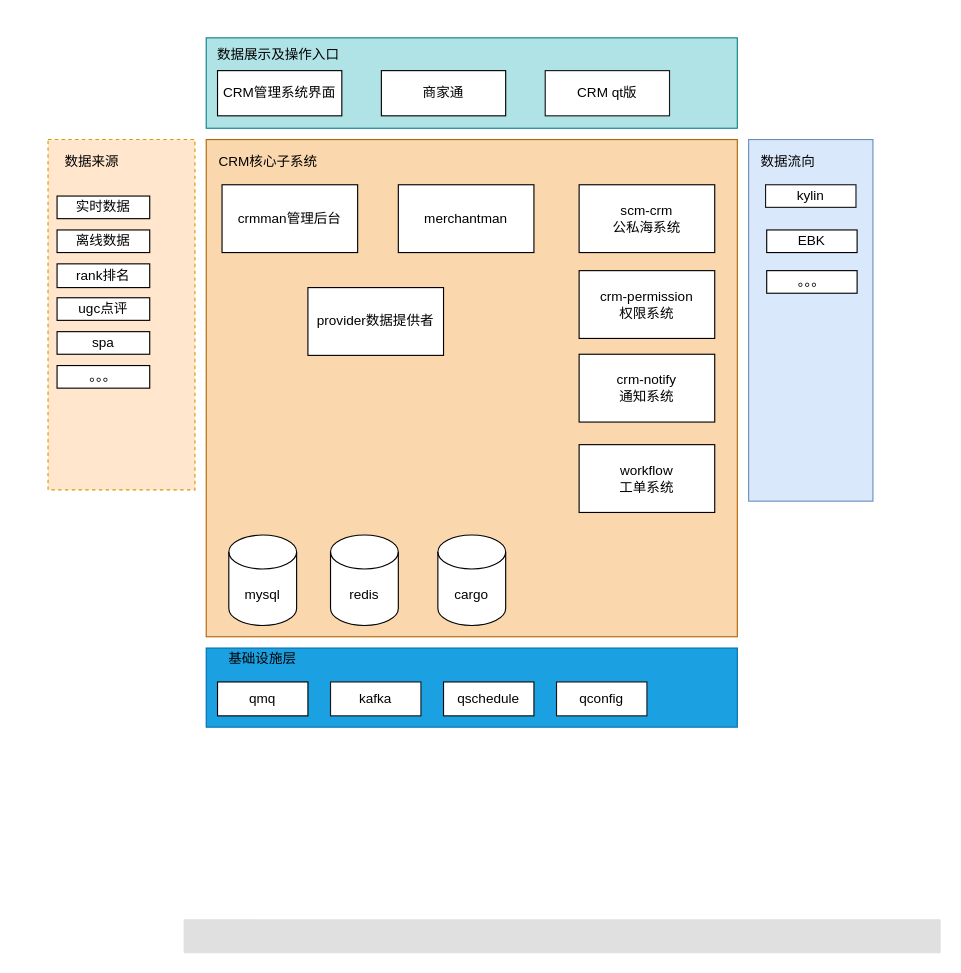
Above: page "CRM系统结构图" (1 of 2) of 1.drawio in xuliping412/pkm (draw.io), before the change. Source tidied: cells renumbered, new cells numbered last; positions are measured from the earlier drawing's top-left corner, leaving out a move shared by most shapes. Both pictures are drawn from the tidied source at 113%, with x=0, y=0 at pixel (47, 37).
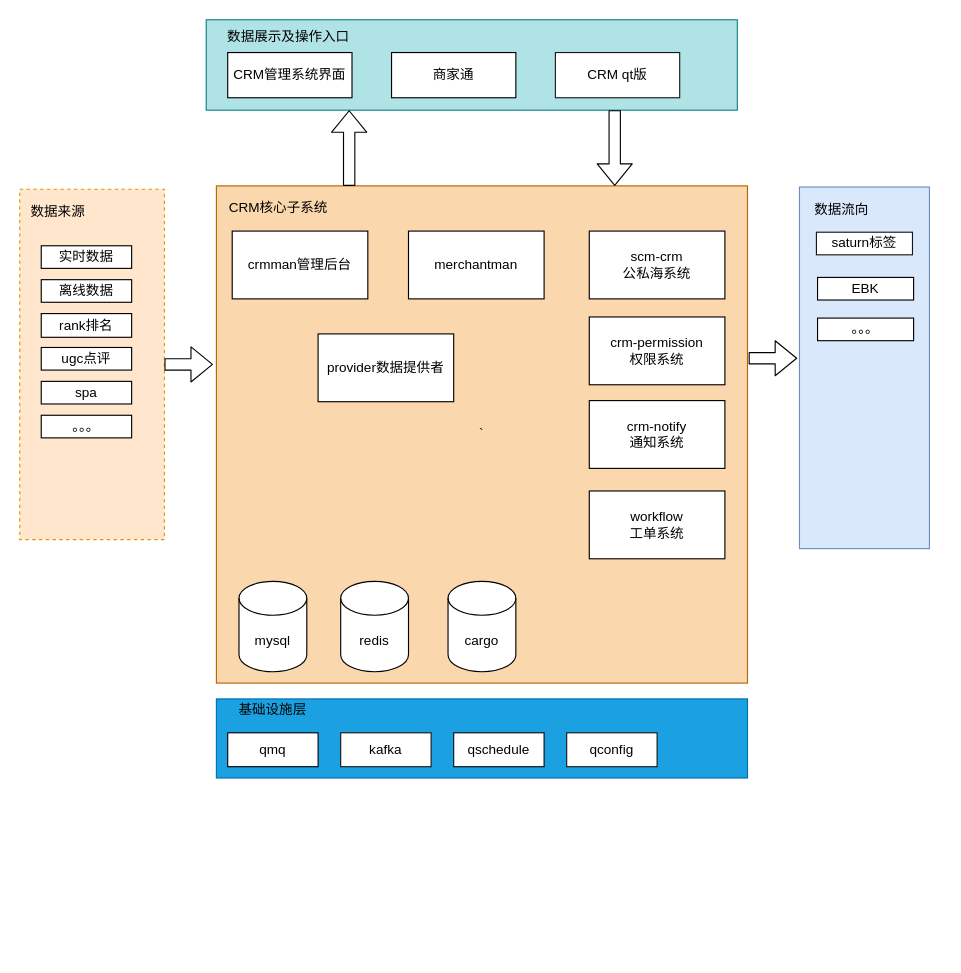
The same diagram, later.

What changed in the source:
```diff
@@
     <mxCell id="2" style="rounded=0;whiteSpace=wrap;html=1;fillColor=#b0e3e6;strokeColor=#0e8088;" parent="1" vertex="1">
-      <mxGeometry x="140" width="470" height="80" as="geometry" />
+      <mxGeometry x="140" y="-16" width="470" height="80" as="geometry" />
     </mxCell>
     <mxCell id="3" style="rounded=0;whiteSpace=wrap;html=1;strokeColor=#6c8ebf;fillColor=#dae8fc;" parent="1" vertex="1">
-      <mxGeometry x="620" y="90" width="110" height="320" as="geometry" />
+      <mxGeometry x="665" y="132" width="115" height="320" as="geometry" />
     </mxCell>
     <mxCell id="4" style="rounded=0;whiteSpace=wrap;html=1;strokeColor=#006EAF;fillColor=#1ba1e2;fontColor=#ffffff;" parent="1" vertex="1">
-      <mxGeometry x="140" y="540" width="470" height="70" as="geometry" />
+      <mxGeometry x="149" y="585" width="470" height="70" as="geometry" />
     </mxCell>
     <mxCell id="5" style="rounded=0;whiteSpace=wrap;html=1;dashed=1;strokeColor=#d79b00;fillColor=#ffe6cc;" parent="1" vertex="1">
-      <mxGeometry y="90" width="130" height="310" as="geometry" />
+      <mxGeometry x="-25" y="134" width="128" height="310" as="geometry" />
     </mxCell>
-    <mxCell id="6" style="rounded=0;whiteSpace=wrap;html=1;fillColor=#fad7ac;strokeColor=#b46504;" parent="1" vertex="1">
-      <mxGeometry x="140" y="90" width="470" height="440" as="geometry" />
+    <mxCell id="6" value="`" style="rounded=0;whiteSpace=wrap;html=1;fillColor=#fad7ac;strokeColor=#b46504;" parent="1" vertex="1">
+      <mxGeometry x="149" y="131" width="470" height="440" as="geometry" />
     </mxCell>
-    <mxCell id="7" style="rounded=1;absoluteArcSize=1;arcSize=2;html=1;strokeColor=none;gradientColor=none;shadow=0;dashed=0;strokeColor=none;fontSize=12;fontColor=#9E9E9E;align=left;verticalAlign=top;spacing=10;spacingTop=-4;fillColor=#E0E0E0;" parent="1" vertex="1">
-      <mxGeometry x="120" y="780" width="670" height="30" as="geometry" />
-    </mxCell>
     <mxCell id="8" value="CRM管理系统界面" style="rounded=0;whiteSpace=wrap;html=1;" parent="1" vertex="1">
-      <mxGeometry x="150" y="29" width="110" height="40" as="geometry" />
+      <mxGeometry x="159" y="13" width="110" height="40" as="geometry" />
     </mxCell>
     <mxCell id="9" value="crmman管理后台" style="rounded=0;whiteSpace=wrap;html=1;" parent="1" vertex="1">
-      <mxGeometry x="154" y="130" width="120" height="60" as="geometry" />
+      <mxGeometry x="163" y="171" width="120" height="60" as="geometry" />
     </mxCell>
     <mxCell id="10" value="商家通" style="rounded=0;whiteSpace=wrap;html=1;" parent="1" vertex="1">
-      <mxGeometry x="295" y="29" width="110" height="40" as="geometry" />
+      <mxGeometry x="304" y="13" width="110" height="40" as="geometry" />
     </mxCell>
     <mxCell id="11" value="redis" style="shape=cylinder3;whiteSpace=wrap;html=1;boundedLbl=1;backgroundOutline=1;size=15;" parent="1" vertex="1">
-      <mxGeometry x="250" y="440" width="60" height="80" as="geometry" />
+      <mxGeometry x="259" y="481" width="60" height="80" as="geometry" />
     </mxCell>
     <mxCell id="12" value="mysql" style="shape=cylinder3;whiteSpace=wrap;html=1;boundedLbl=1;backgroundOutline=1;size=15;" parent="1" vertex="1">
-      <mxGeometry x="160" y="440" width="60" height="80" as="geometry" />
+      <mxGeometry x="169" y="481" width="60" height="80" as="geometry" />
     </mxCell>
     <mxCell id="13" value="provider数据提供者" style="rounded=0;whiteSpace=wrap;html=1;" parent="1" vertex="1">
-      <mxGeometry x="230" y="221" width="120" height="60" as="geometry" />
+      <mxGeometry x="239" y="262" width="120" height="60" as="geometry" />
     </mxCell>
     <mxCell id="14" value="merchantman" style="rounded=0;whiteSpace=wrap;html=1;" parent="1" vertex="1">
-      <mxGeometry x="310" y="130" width="120" height="60" as="geometry" />
+      <mxGeometry x="319" y="171" width="120" height="60" as="geometry" />
     </mxCell>
     <mxCell id="15" value="scm-crm&lt;br&gt;公私海系统" style="rounded=0;whiteSpace=wrap;html=1;" parent="1" vertex="1">
-      <mxGeometry x="470" y="130" width="120" height="60" as="geometry" />
+      <mxGeometry x="479" y="171" width="120" height="60" as="geometry" />
     </mxCell>
     <mxCell id="16" value="crm-permission&lt;br&gt;权限系统" style="rounded=0;whiteSpace=wrap;html=1;" parent="1" vertex="1">
-      <mxGeometry x="470" y="206" width="120" height="60" as="geometry" />
+      <mxGeometry x="479" y="247" width="120" height="60" as="geometry" />
     </mxCell>
     <mxCell id="17" value="workflow&lt;br&gt;工单系统" style="rounded=0;whiteSpace=wrap;html=1;" parent="1" vertex="1">
-      <mxGeometry x="470" y="360" width="120" height="60" as="geometry" />
+      <mxGeometry x="479" y="401" width="120" height="60" as="geometry" />
     </mxCell>
     <mxCell id="18" value="crm-notify&lt;br&gt;通知系统" style="rounded=0;whiteSpace=wrap;html=1;" parent="1" vertex="1">
-      <mxGeometry x="470" y="280" width="120" height="60" as="geometry" />
+      <mxGeometry x="479" y="321" width="120" height="60" as="geometry" />
     </mxCell>
     <mxCell id="19" value="EBK" style="rounded=0;whiteSpace=wrap;html=1;" parent="1" vertex="1">
-      <mxGeometry x="636" y="170" width="80" height="20" as="geometry" />
+      <mxGeometry x="681" y="212" width="85" height="20" as="geometry" />
     </mxCell>
     <mxCell id="20" value="实时数据" style="rounded=0;whiteSpace=wrap;html=1;" parent="1" vertex="1">
-      <mxGeometry x="8" y="140" width="82" height="20" as="geometry" />
+      <mxGeometry x="-6" y="184" width="80" height="20" as="geometry" />
     </mxCell>
     <mxCell id="21" value="离线数据" style="rounded=0;whiteSpace=wrap;html=1;" parent="1" vertex="1">
-      <mxGeometry x="8" y="170" width="82" height="20" as="geometry" />
+      <mxGeometry x="-6" y="214" width="80" height="20" as="geometry" />
     </mxCell>
     <mxCell id="22" value="rank排名" style="rounded=0;whiteSpace=wrap;html=1;" parent="1" vertex="1">
-      <mxGeometry x="8" y="200" width="82" height="21" as="geometry" />
+      <mxGeometry x="-6" y="244" width="80" height="21" as="geometry" />
     </mxCell>
     <mxCell id="23" value="ugc点评" style="rounded=0;whiteSpace=wrap;html=1;" parent="1" vertex="1">
-      <mxGeometry x="8" y="230" width="82" height="20" as="geometry" />
+      <mxGeometry x="-6" y="274" width="80" height="20" as="geometry" />
     </mxCell>
     <mxCell id="24" value="qmq" style="rounded=0;whiteSpace=wrap;html=1;" parent="1" vertex="1">
-      <mxGeometry x="150" y="570" width="80" height="30" as="geometry" />
+      <mxGeometry x="159" y="615" width="80" height="30" as="geometry" />
     </mxCell>
     <mxCell id="25" value="数据来源" style="text;html=1;fillColor=#ffe6cc;align=center;verticalAlign=middle;whiteSpace=wrap;rounded=0;dashed=1;" parent="1" vertex="1">
-      <mxGeometry x="8" y="100" width="62" height="20" as="geometry" />
+      <mxGeometry x="-21" y="144" width="60" height="20" as="geometry" />
     </mxCell>
     <mxCell id="26" value="kafka" style="rounded=0;whiteSpace=wrap;html=1;strokeColor=#171717;" parent="1" vertex="1">
-      <mxGeometry x="250" y="570" width="80" height="30" as="geometry" />
+      <mxGeometry x="259" y="615" width="80" height="30" as="geometry" />
     </mxCell>
     <mxCell id="27" value="qschedule" style="rounded=0;whiteSpace=wrap;html=1;strokeColor=#0A0A0A;" parent="1" vertex="1">
-      <mxGeometry x="350" y="570" width="80" height="30" as="geometry" />
+      <mxGeometry x="359" y="615" width="80" height="30" as="geometry" />
     </mxCell>
     <mxCell id="28" value="qconfig" style="rounded=0;whiteSpace=wrap;html=1;strokeColor=#171717;" parent="1" vertex="1">
-      <mxGeometry x="450" y="570" width="80" height="30" as="geometry" />
+      <mxGeometry x="459" y="615" width="80" height="30" as="geometry" />
     </mxCell>
     <mxCell id="29" value="cargo" style="shape=cylinder3;whiteSpace=wrap;html=1;boundedLbl=1;backgroundOutline=1;size=15;" parent="1" vertex="1">
-      <mxGeometry x="345" y="440" width="60" height="80" as="geometry" />
+      <mxGeometry x="354" y="481" width="60" height="80" as="geometry" />
     </mxCell>
     <mxCell id="30" value="基础设施层" style="text;html=1;strokeColor=none;fillColor=none;align=center;verticalAlign=middle;whiteSpace=wrap;rounded=0;" parent="1" vertex="1">
-      <mxGeometry x="150" y="540" width="80" height="20" as="geometry" />
+      <mxGeometry x="159" y="585" width="80" height="20" as="geometry" />
     </mxCell>
-    <mxCell id="31" value="kylin" style="rounded=0;whiteSpace=wrap;html=1;strokeColor=#171717;" parent="1" vertex="1">
-      <mxGeometry x="635" y="130" width="80" height="20" as="geometry" />
+    <mxCell id="31" value="saturn标签" style="rounded=0;whiteSpace=wrap;html=1;strokeColor=#171717;" parent="1" vertex="1">
+      <mxGeometry x="680" y="172" width="85" height="20" as="geometry" />
     </mxCell>
     <mxCell id="32" value="CRM qt版" style="rounded=0;whiteSpace=wrap;html=1;strokeColor=#171717;" parent="1" vertex="1">
-      <mxGeometry x="440" y="29" width="110" height="40" as="geometry" />
+      <mxGeometry x="449" y="13" width="110" height="40" as="geometry" />
     </mxCell>
     <mxCell id="33" value="数据流向" style="text;html=1;strokeColor=none;fillColor=none;align=center;verticalAlign=middle;whiteSpace=wrap;rounded=0;" parent="1" vertex="1">
-      <mxGeometry x="620" y="100" width="70" height="20" as="geometry" />
+      <mxGeometry x="665" y="142" width="75" height="20" as="geometry" />
     </mxCell>
     <mxCell id="34" value="数据展示及操作入口" style="text;html=1;strokeColor=none;fillColor=none;align=center;verticalAlign=middle;whiteSpace=wrap;rounded=0;" parent="1" vertex="1">
-      <mxGeometry x="148" y="5" width="112" height="20" as="geometry" />
+      <mxGeometry x="157" y="-11" width="112" height="20" as="geometry" />
     </mxCell>
     <mxCell id="35" value="CRM核心子系统" style="text;html=1;strokeColor=none;fillColor=none;align=center;verticalAlign=middle;whiteSpace=wrap;rounded=0;" parent="1" vertex="1">
-      <mxGeometry x="140" y="100" width="110" height="20" as="geometry" />
+      <mxGeometry x="149" y="141" width="110" height="20" as="geometry" />
     </mxCell>
     <mxCell id="36" value="spa" style="rounded=0;whiteSpace=wrap;html=1;" parent="1" vertex="1">
-      <mxGeometry x="8" y="260" width="82" height="20" as="geometry" />
+      <mxGeometry x="-6" y="304" width="80" height="20" as="geometry" />
     </mxCell>
     <mxCell id="37" value="。。。" style="rounded=0;whiteSpace=wrap;html=1;" parent="1" vertex="1">
-      <mxGeometry x="8" y="290" width="82" height="20" as="geometry" />
+      <mxGeometry x="-6" y="334" width="80" height="20" as="geometry" />
     </mxCell>
     <mxCell id="38" value="。。。" style="rounded=0;whiteSpace=wrap;html=1;" parent="1" vertex="1">
-      <mxGeometry x="636" y="206" width="80" height="20" as="geometry" />
+      <mxGeometry x="681" y="248" width="85" height="20" as="geometry" />
     </mxCell>
+    <mxCell id="39" style="shape=flexArrow;endArrow=classic;html=1;entryX=0.25;entryY=1;entryDx=0;entryDy=0;exitX=0.25;exitY=0;exitDx=0;exitDy=0;" parent="1" edge="1" source="6">
+      <mxGeometry relative="1" as="geometry">
+        <mxPoint x="266.5" y="64" as="targetPoint" />
+      </mxGeometry>
+    </mxCell>
+    <mxCell id="40" style="shape=flexArrow;endArrow=classic;html=1;exitX=0.75;exitY=1;exitDx=0;exitDy=0;entryX=0.75;entryY=0;entryDx=0;entryDy=0;" parent="1" edge="1" target="6">
+      <mxGeometry relative="1" as="geometry">
+        <mxPoint x="501.5" y="64" as="sourcePoint" />
+      </mxGeometry>
+    </mxCell>
+    <mxCell id="41" style="shape=flexArrow;endArrow=classic;html=1;exitX=1;exitY=0.5;exitDx=0;exitDy=0;" parent="1" edge="1" source="5">
+      <mxGeometry relative="1" as="geometry">
+        <mxPoint x="146" y="289" as="targetPoint" />
+      </mxGeometry>
+    </mxCell>
+    <mxCell id="42" style="shape=flexArrow;endArrow=classic;html=1;exitX=1;exitY=0.5;exitDx=0;exitDy=0;" parent="1" edge="1">
+      <mxGeometry relative="1" as="geometry">
+        <mxPoint x="620" y="283.5" as="sourcePoint" />
+        <mxPoint x="663" y="283.5" as="targetPoint" />
+      </mxGeometry>
+    </mxCell>
```
